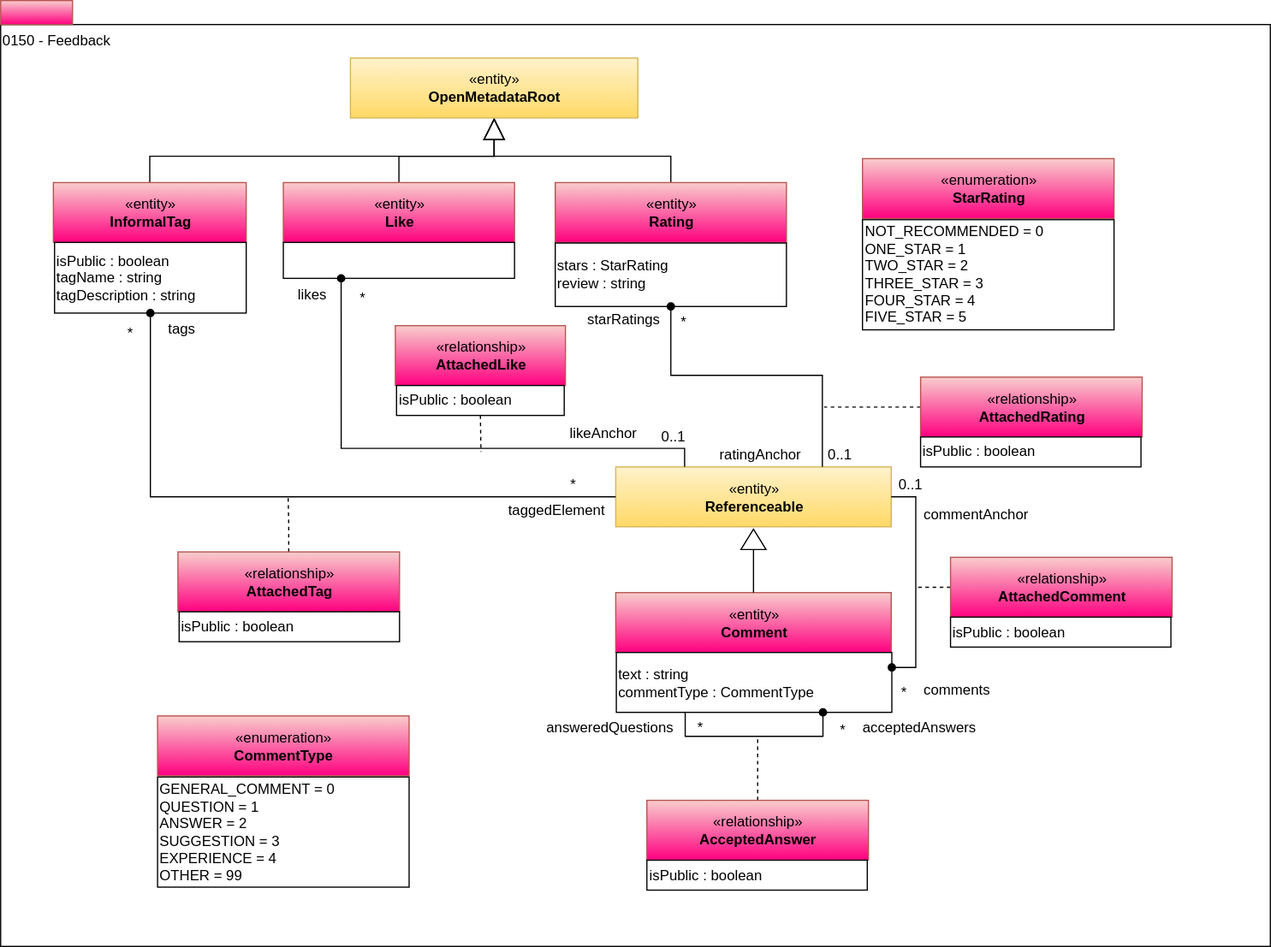
Above: site/docs/types/1/0150-Feedback.svg in odpi/egeria-docs (draw.io), before the change. Source tidied: cells renumbered, new cells last; positions are measured from the earlier drawing's top-left corner, leaving out a move shared by most shapes.
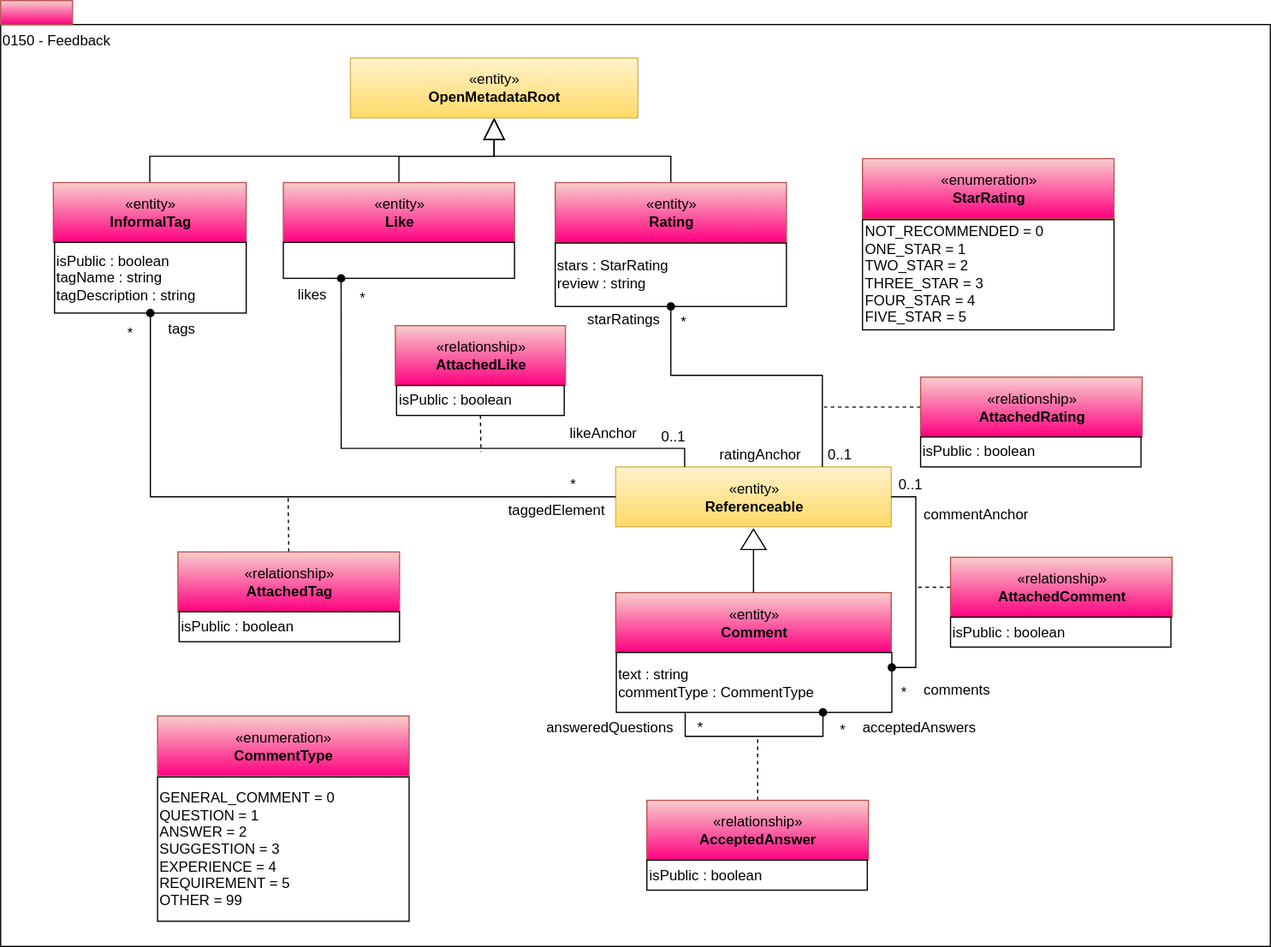
The same diagram one commit later.

The edit, as a diff of the source:
```diff
@@ -58,8 +58,8 @@
     <mxCell id="19" value="«enumeration»&lt;br&gt;&lt;span&gt;&lt;b&gt;CommentType&lt;/b&gt;&lt;/span&gt;&lt;br&gt;" style="html=1;strokeColor=#b85450;align=center;fillColor=#f8cecc;gradientColor=#FF0080;" parent="1" vertex="1">
       <mxGeometry x="131" y="597.5" width="210" height="50" as="geometry" />
     </mxCell>
-    <mxCell id="20" value="&lt;div style=&quot;text-align: left&quot;&gt;GENERAL_COMMENT = 0&lt;/div&gt;&lt;div style=&quot;text-align: left&quot;&gt;QUESTION = 1&lt;/div&gt;&lt;div style=&quot;text-align: left&quot;&gt;ANSWER = 2&lt;/div&gt;&lt;div style=&quot;text-align: left&quot;&gt;SUGGESTION = 3&lt;/div&gt;&lt;div style=&quot;text-align: left&quot;&gt;&lt;span&gt;EXPERIENCE = 4&lt;/span&gt;&lt;/div&gt;&lt;div style=&quot;text-align: left&quot;&gt;&lt;span&gt;OTHER = 99&lt;/span&gt;&lt;br&gt;&lt;/div&gt;" style="rounded=0;whiteSpace=wrap;html=1;strokeColor=#000000;gradientColor=#ffffff;align=left;" parent="1" vertex="1">
-      <mxGeometry x="131" y="648.5" width="210" height="92" as="geometry" />
+    <mxCell id="20" value="&lt;div style=&quot;text-align: left&quot;&gt;GENERAL_COMMENT = 0&lt;/div&gt;&lt;div style=&quot;text-align: left&quot;&gt;QUESTION = 1&lt;/div&gt;&lt;div style=&quot;text-align: left&quot;&gt;ANSWER = 2&lt;/div&gt;&lt;div style=&quot;text-align: left&quot;&gt;SUGGESTION = 3&lt;/div&gt;&lt;div style=&quot;text-align: left&quot;&gt;&lt;span&gt;EXPERIENCE = 4&lt;/span&gt;&lt;/div&gt;&lt;div style=&quot;text-align: left&quot;&gt;&lt;span&gt;REQUIREMENT = 5&lt;/span&gt;&lt;/div&gt;&lt;div style=&quot;text-align: left&quot;&gt;&lt;span&gt;OTHER = 99&lt;/span&gt;&lt;br&gt;&lt;/div&gt;" style="rounded=0;whiteSpace=wrap;html=1;strokeColor=#000000;gradientColor=#ffffff;align=left;" parent="1" vertex="1">
+      <mxGeometry x="131" y="648.5" width="210" height="120.5" as="geometry" />
     </mxCell>
     <mxCell id="21" value="«enumeration»&lt;br&gt;&lt;span&gt;&lt;b&gt;StarRating&lt;/b&gt;&lt;/span&gt;&lt;br&gt;" style="html=1;strokeColor=#b85450;align=center;fillColor=#f8cecc;gradientColor=#FF0080;" parent="1" vertex="1">
       <mxGeometry x="719.5" y="132" width="210" height="50" as="geometry" />
```
